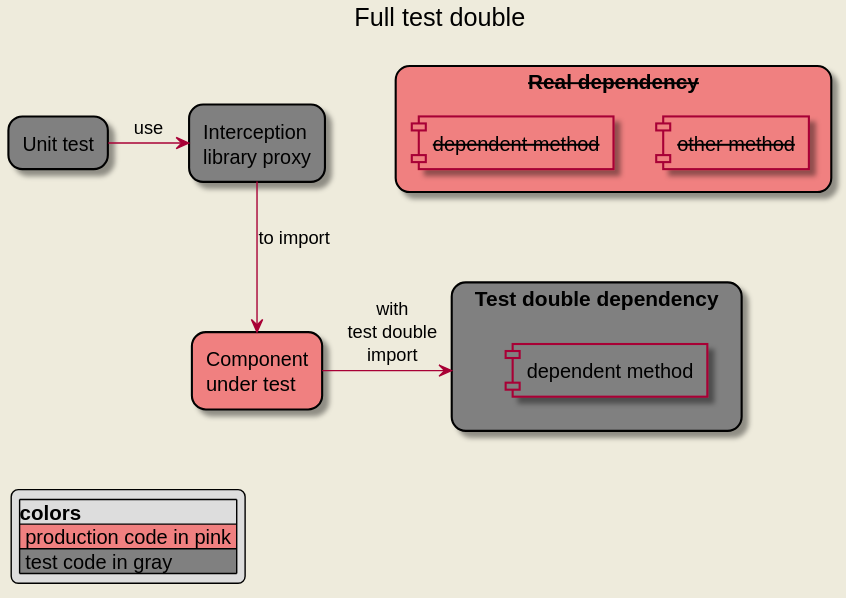
This is readme-resources/test-double-full.svg from JulienRobberechts/nodejs-test-double-guide, a PlantUML export, as it was before one commit. Its diagram source:
```plantuml
@startuml
skinparam backgroundColor #EEEBDC

title
  Full test double
end title

skinparam rectangle {
    roundCorner 20
}

rectangle "Unit test" as UnitTest #gray

rectangle "Interception\nlibrary proxy" as InterceptionLib #gray

rectangle "Component\nunder test" as cut #LightCoral

rectangle "Test double dependency" as TestDoubleDependency #gray {
  component "dependent method" as TestDoubleDependencyMethod #gray
}

rectangle "<strike>Real dependency" as RealDependency #LightCoral {
  component "<strike>other method" as RealDependencyOtherMethod #LightCoral
  component "<strike>dependent method" as RealDependencyMut #LightCoral
}

UnitTest -> InterceptionLib: use
InterceptionLib --> cut: to import
cut -> TestDoubleDependency: with\ntest double\nimport

legend left
|colors|
|<#LightCoral> production code in pink |
|<#gray> test code in gray |
endlegend

@enduml
```
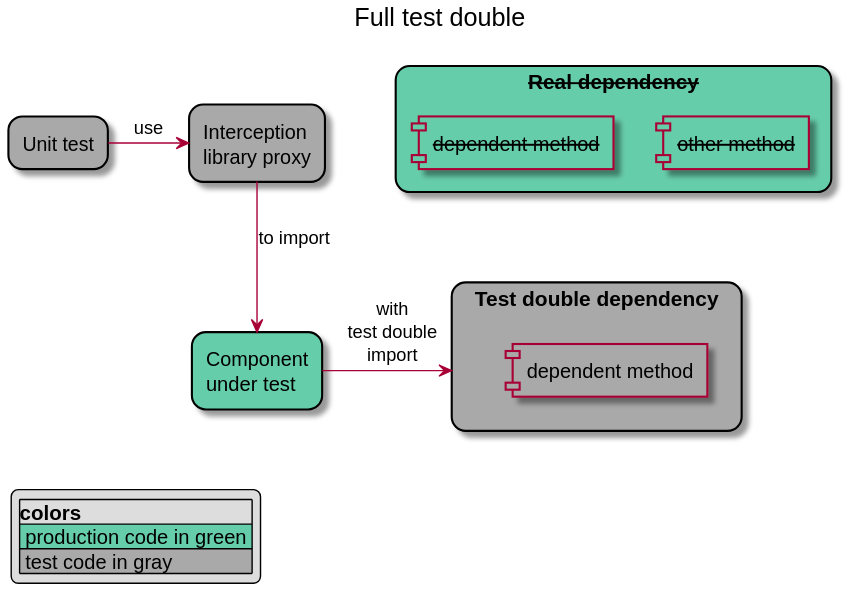
Later version of the same file.

The edit, as a diff of the source:
```diff
@@ -1,5 +1,5 @@
 @startuml
-skinparam backgroundColor #EEEBDC
+skinparam backgroundColor White
 
 title
   Full test double
@@ -9,19 +9,19 @@
     roundCorner 20
 }
 
-rectangle "Unit test" as UnitTest #gray
+rectangle "Unit test" as UnitTest #DarkGrey
 
-rectangle "Interception\nlibrary proxy" as InterceptionLib #gray
+rectangle "Interception\nlibrary proxy" as InterceptionLib #DarkGrey
 
-rectangle "Component\nunder test" as cut #LightCoral
+rectangle "Component\nunder test" as cut #MediumAquaMarine
 
-rectangle "Test double dependency" as TestDoubleDependency #gray {
-  component "dependent method" as TestDoubleDependencyMethod #gray
+rectangle "Test double dependency" as TestDoubleDependency #DarkGrey {
+  component "dependent method" as TestDoubleDependencyMethod #DarkGrey
 }
 
-rectangle "<strike>Real dependency" as RealDependency #LightCoral {
-  component "<strike>other method" as RealDependencyOtherMethod #LightCoral
-  component "<strike>dependent method" as RealDependencyMut #LightCoral
+rectangle "<strike>Real dependency" as RealDependency #MediumAquaMarine {
+  component "<strike>other method" as RealDependencyOtherMethod #MediumAquaMarine
+  component "<strike>dependent method" as RealDependencyMut #MediumAquaMarine
 }
 
 UnitTest -> InterceptionLib: use
@@ -30,8 +30,8 @@
 
 legend left
 |colors|
-|<#LightCoral> production code in pink |
-|<#gray> test code in gray |
+|<#MediumAquaMarine> production code in green |
+|<#DarkGrey> test code in gray |
 endlegend
 
 @enduml
```
